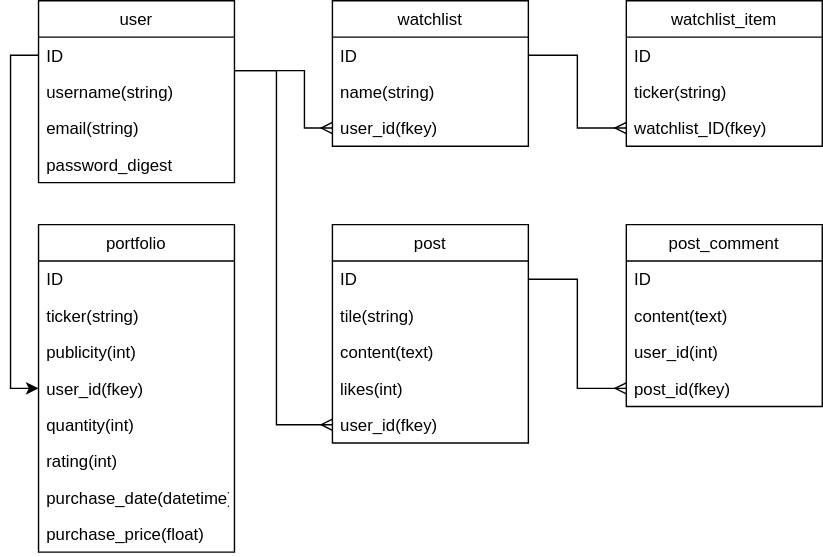
IsaacCodes2021/morefolio keeps this draw.io diagram as table_relations.drawio.svg. Above is the earlier version. Source tidied: cells renumbered, new cells last; positions are measured from the earlier drawing's top-left corner, leaving out a move shared by most shapes.
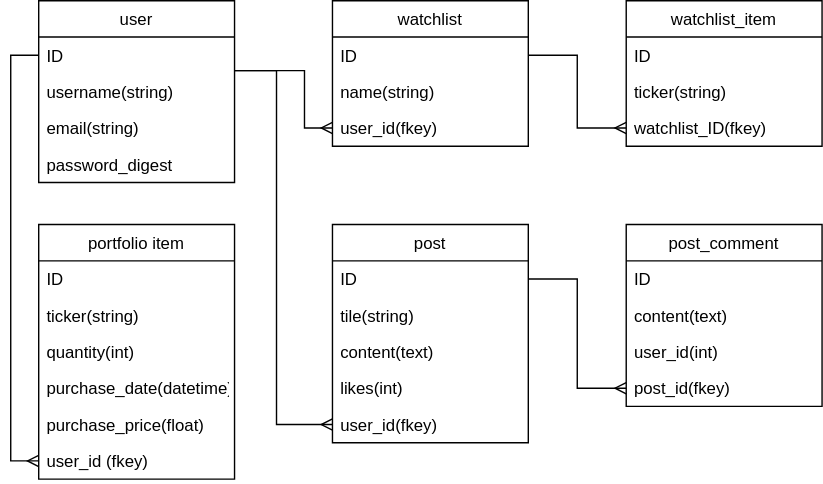
Above is the later version.

The edit, as a diff of the source:
```diff
@@ -17,33 +17,6 @@
     <mxCell id="6" value="password_digest" style="text;strokeColor=none;fillColor=none;align=left;verticalAlign=top;spacingLeft=4;spacingRight=4;overflow=hidden;" parent="2" vertex="1">
       <mxGeometry y="104" width="140" height="26" as="geometry" />
     </mxCell>
-    <mxCell id="7" value="portfolio" style="swimlane;fontStyle=0;horizontal=1;startSize=26;" parent="1" vertex="1">
-      <mxGeometry y="160" width="140" height="234" as="geometry" />
-    </mxCell>
-    <mxCell id="8" value="ID" style="text;strokeColor=none;fillColor=none;align=left;verticalAlign=top;spacingLeft=4;spacingRight=4;overflow=hidden;" parent="7" vertex="1">
-      <mxGeometry y="26" width="140" height="26" as="geometry" />
-    </mxCell>
-    <mxCell id="9" value="ticker(string)" style="text;strokeColor=none;fillColor=none;align=left;verticalAlign=top;spacingLeft=4;spacingRight=4;overflow=hidden;" parent="7" vertex="1">
-      <mxGeometry y="52" width="140" height="26" as="geometry" />
-    </mxCell>
-    <mxCell id="10" value="publicity(int)" style="text;strokeColor=none;fillColor=none;align=left;verticalAlign=top;spacingLeft=4;spacingRight=4;overflow=hidden;" parent="7" vertex="1">
-      <mxGeometry y="78" width="140" height="26" as="geometry" />
-    </mxCell>
-    <mxCell id="11" value="user_id(fkey)" style="text;strokeColor=none;fillColor=none;align=left;verticalAlign=top;spacingLeft=4;spacingRight=4;overflow=hidden;points=[[0,0.5],[1,0.5]];portConstraint=eastwest;" parent="7" vertex="1">
-      <mxGeometry y="104" width="140" height="26" as="geometry" />
-    </mxCell>
-    <mxCell id="12" value="quantity(int)" style="text;strokeColor=none;fillColor=none;align=left;verticalAlign=top;spacingLeft=4;spacingRight=4;overflow=hidden;" parent="7" vertex="1">
-      <mxGeometry y="130" width="140" height="26" as="geometry" />
-    </mxCell>
-    <mxCell id="13" value="rating(int)" style="text;strokeColor=none;fillColor=none;align=left;verticalAlign=top;spacingLeft=4;spacingRight=4;overflow=hidden;" parent="7" vertex="1">
-      <mxGeometry y="156" width="140" height="26" as="geometry" />
-    </mxCell>
-    <mxCell id="14" value="purchase_date(datetime)" style="text;strokeColor=none;fillColor=none;align=left;verticalAlign=top;spacingLeft=4;spacingRight=4;overflow=hidden;" parent="7" vertex="1">
-      <mxGeometry y="182" width="140" height="26" as="geometry" />
-    </mxCell>
-    <mxCell id="15" value="purchase_price(float)" style="text;strokeColor=none;fillColor=none;align=left;verticalAlign=top;spacingLeft=4;spacingRight=4;overflow=hidden;" parent="7" vertex="1">
-      <mxGeometry y="208" width="140" height="26" as="geometry" />
-    </mxCell>
     <mxCell id="16" value="watchlist" style="swimlane;fontStyle=0;horizontal=1;startSize=26;" parent="1" vertex="1">
       <mxGeometry x="210" width="140" height="104" as="geometry" />
     </mxCell>
@@ -79,7 +52,7 @@
     <mxCell id="25" style="edgeStyle=orthogonalEdgeStyle;rounded=0;jettySize=auto;html=1;entryX=0;entryY=0.5;entryDx=0;entryDy=0;endArrow=ERmany;endFill=0;" parent="1" edge="1" source="17" target="23">
       <mxGeometry relative="1" as="geometry" />
     </mxCell>
-    <mxCell id="26" style="edgeStyle=orthogonalEdgeStyle;rounded=0;jettySize=auto;html=1;exitX=0;exitY=0.5;exitDx=0;exitDy=0;entryX=0;entryY=0.5;entryDx=0;entryDy=0;" parent="1" edge="1" source="3" target="11">
+    <mxCell id="26" style="edgeStyle=orthogonalEdgeStyle;rounded=0;jettySize=auto;html=1;exitX=0;exitY=0.5;exitDx=0;exitDy=0;entryX=0;entryY=0.5;entryDx=0;entryDy=0;endArrow=ERmany;endFill=0;" parent="1" edge="1" source="3" target="41">
       <mxGeometry relative="1" as="geometry" />
     </mxCell>
     <mxCell id="27" value="post" style="swimlane;fontStyle=0;horizontal=1;startSize=26;" parent="1" vertex="1">
@@ -126,5 +99,26 @@
     <mxCell id="39" style="edgeStyle=orthogonalEdgeStyle;rounded=0;jettySize=auto;html=1;entryX=0;entryY=0.5;entryDx=0;entryDy=0;endArrow=ERmany;endFill=0;" parent="1" edge="1" source="28" target="38">
       <mxGeometry relative="1" as="geometry" />
     </mxCell>
+    <mxCell id="40" value="portfolio item" style="swimlane;fontStyle=0;horizontal=1;startSize=26;" parent="1" vertex="1">
+      <mxGeometry y="160" width="140" height="182" as="geometry" />
+    </mxCell>
+    <mxCell id="8" value="ID" style="text;strokeColor=none;fillColor=none;align=left;verticalAlign=top;spacingLeft=4;spacingRight=4;overflow=hidden;" parent="40" vertex="1">
+      <mxGeometry y="26" width="140" height="26" as="geometry" />
+    </mxCell>
+    <mxCell id="9" value="ticker(string)" style="text;strokeColor=none;fillColor=none;align=left;verticalAlign=top;spacingLeft=4;spacingRight=4;overflow=hidden;" parent="40" vertex="1">
+      <mxGeometry y="52" width="140" height="26" as="geometry" />
+    </mxCell>
+    <mxCell id="12" value="quantity(int)" style="text;strokeColor=none;fillColor=none;align=left;verticalAlign=top;spacingLeft=4;spacingRight=4;overflow=hidden;" parent="40" vertex="1">
+      <mxGeometry y="78" width="140" height="26" as="geometry" />
+    </mxCell>
+    <mxCell id="14" value="purchase_date(datetime)" style="text;strokeColor=none;fillColor=none;align=left;verticalAlign=top;spacingLeft=4;spacingRight=4;overflow=hidden;" parent="40" vertex="1">
+      <mxGeometry y="104" width="140" height="26" as="geometry" />
+    </mxCell>
+    <mxCell id="15" value="purchase_price(float)" style="text;strokeColor=none;fillColor=none;align=left;verticalAlign=top;spacingLeft=4;spacingRight=4;overflow=hidden;" parent="40" vertex="1">
+      <mxGeometry y="130" width="140" height="26" as="geometry" />
+    </mxCell>
+    <mxCell id="41" value="user_id (fkey)" style="text;strokeColor=none;fillColor=none;align=left;verticalAlign=top;spacingLeft=4;spacingRight=4;overflow=hidden;points=[[0,0.5],[1,0.5]];portConstraint=eastwest;" parent="40" vertex="1">
+      <mxGeometry y="156" width="140" height="26" as="geometry" />
+    </mxCell>
   </root>
 </mxGraphModel>
```
